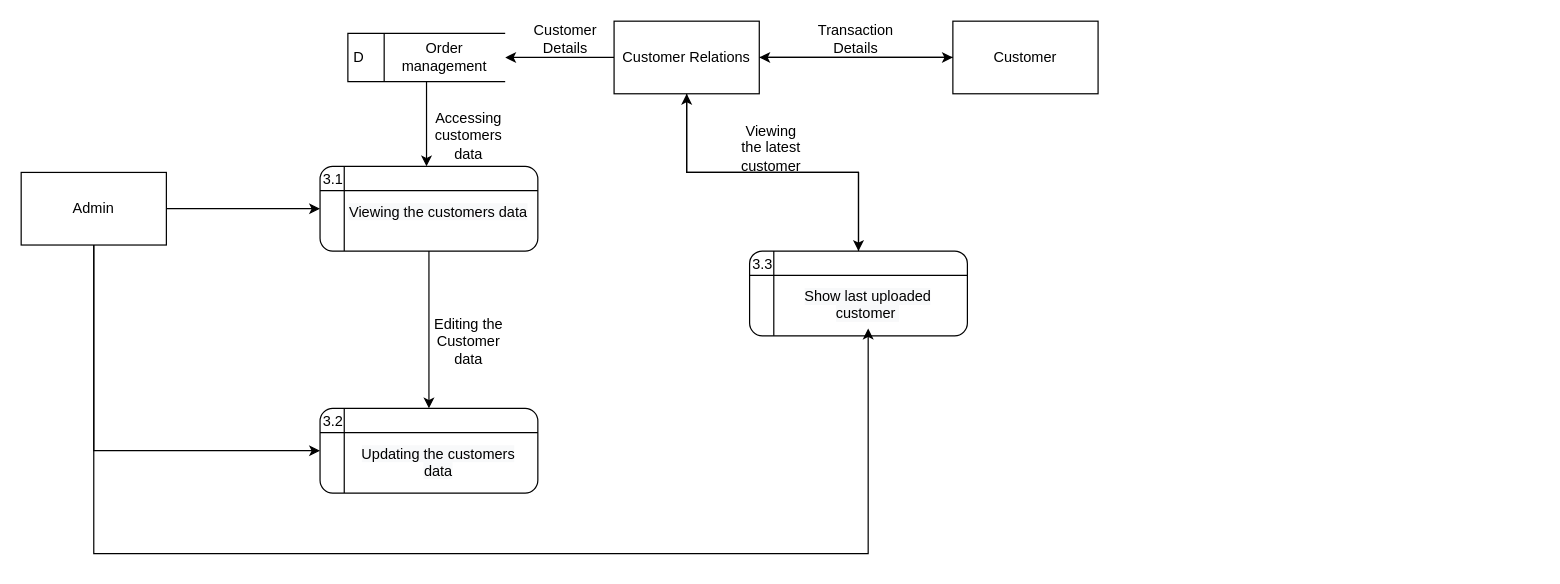
Above: page "Revision Level 2 DFD (Customer Bank)" (7 of 9) of DFD DIAGRAMS.drawio in BryanFabellore/Team_SPOTLIGHT (draw.io), before the change. Source tidied: cells renumbered, new cells numbered last; positions are measured from the earlier drawing's top-left corner, leaving out a move shared by most shapes. Both pictures are drawn from the tidied source at 121%, with x=0, y=0 at pixel (21, 21).
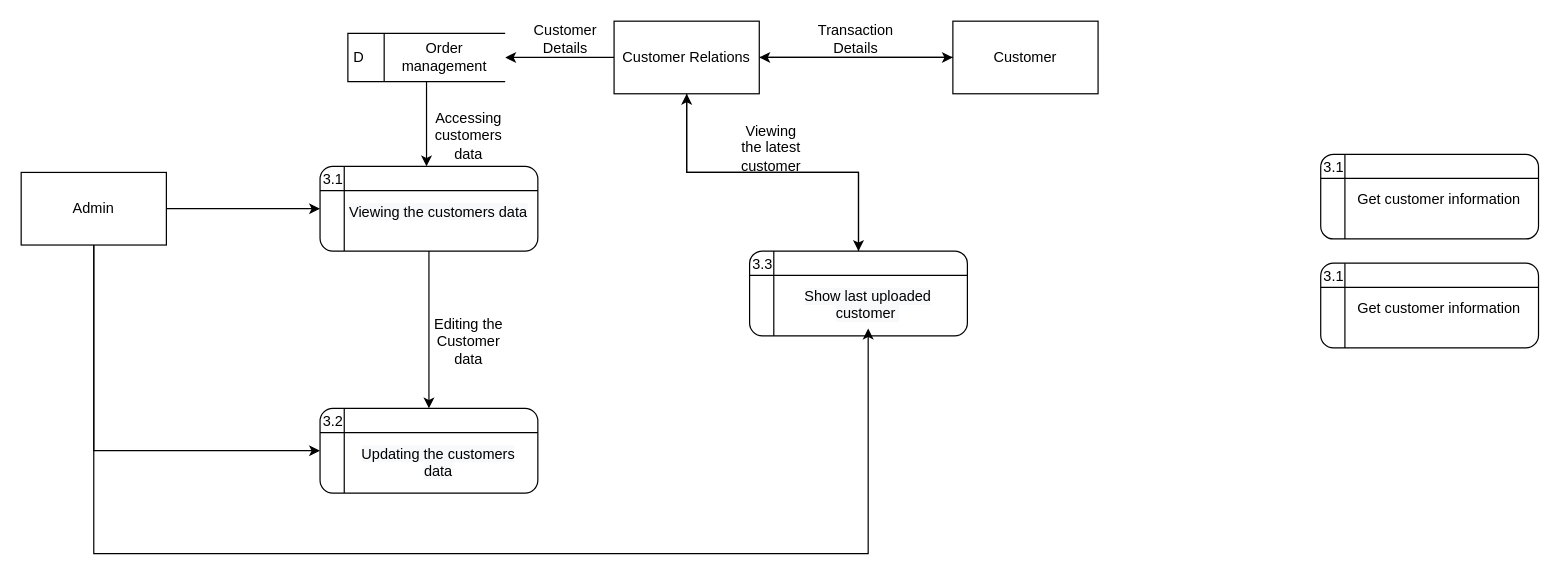
Above is the later version.

Change to the diagram source:
```diff
@@
+    <mxCell id="35" style="group;" parent="1" vertex="1">
+      <mxGeometry x="1070" y="110" width="184" height="70" as="geometry" />
+    </mxCell>
+    <mxCell id="36" style="shape=internalStorage;whiteSpace=wrap;html=1;backgroundOutline=1;rounded=1;strokeColor=default;fontFamily=Helvetica;fontSize=12;fontColor=default;fillColor=#FFFFFF;" parent="35" vertex="1">
+      <mxGeometry x="4" width="180" height="70" as="geometry" />
+    </mxCell>
+    <mxCell id="37" value="3.1" style="text;html=1;strokeColor=none;fillColor=none;align=center;verticalAlign=middle;whiteSpace=wrap;rounded=0;" parent="35" vertex="1">
+      <mxGeometry y="1" width="30" height="20" as="geometry" />
+    </mxCell>
+    <mxCell id="38" value="Get customer information" style="text;whiteSpace=wrap;html=1;align=center;" parent="35" vertex="1">
+      <mxGeometry x="27" y="24" width="150" height="40" as="geometry" />
+    </mxCell>
+    <mxCell id="39" style="group;" parent="1" vertex="1">
+      <mxGeometry x="1070" y="200" width="184" height="70" as="geometry" />
+    </mxCell>
+    <mxCell id="40" style="shape=internalStorage;whiteSpace=wrap;html=1;backgroundOutline=1;rounded=1;strokeColor=default;fontFamily=Helvetica;fontSize=12;fontColor=default;fillColor=#FFFFFF;" parent="39" vertex="1">
+      <mxGeometry x="4" width="180" height="70" as="geometry" />
+    </mxCell>
+    <mxCell id="41" value="3.1" style="text;html=1;strokeColor=none;fillColor=none;align=center;verticalAlign=middle;whiteSpace=wrap;rounded=0;" parent="39" vertex="1">
+      <mxGeometry y="1" width="30" height="20" as="geometry" />
+    </mxCell>
+    <mxCell id="42" value="Get customer information" style="text;whiteSpace=wrap;html=1;align=center;" parent="39" vertex="1">
+      <mxGeometry x="27" y="24" width="150" height="40" as="geometry" />
+    </mxCell>
```
